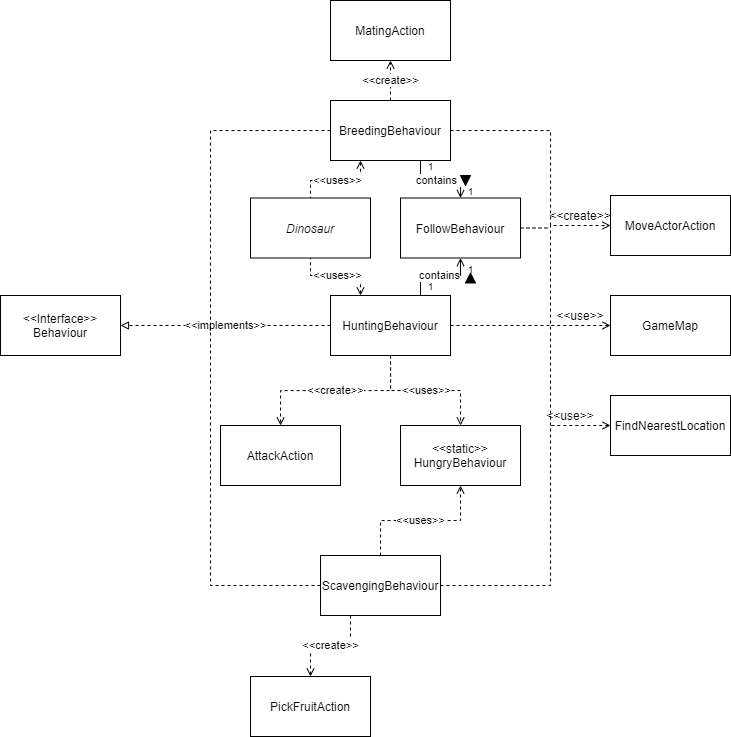
Before: docs/FIT2099_A1_UML_Behaviour.png, a diagram exported from draw.io (Nochl/Jurrasic_Park_Sim). Source tidied: cells renumbered, new cells last; positions are measured from the earlier drawing's top-left corner, leaving out a move shared by most shapes.
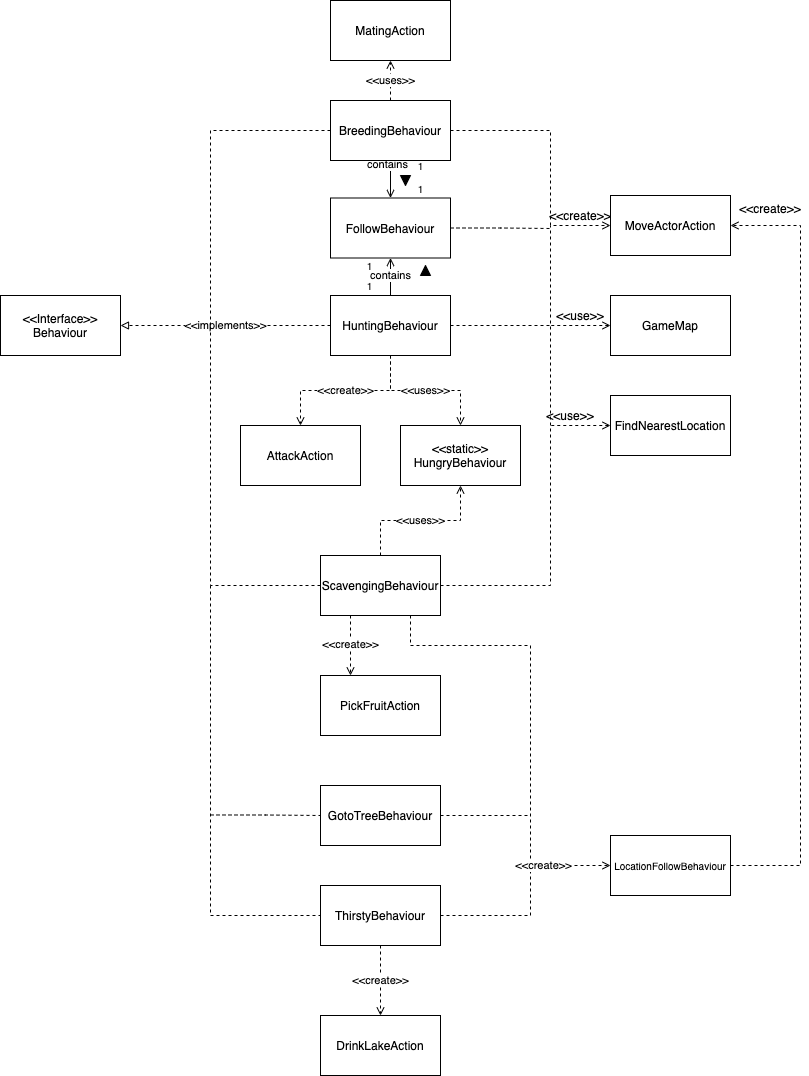
After the commit.

Commit message:
Added new classes and relationships in Behaviour UML, Created New UML for consumables

The edit, as a diff of the source:
```diff
@@ -2,19 +2,15 @@
   <root>
     <mxCell id="0" />
     <mxCell id="1" parent="0" />
-    <mxCell id="2" value="&amp;lt;&amp;lt;create&amp;gt;&amp;gt;" style="edgeStyle=orthogonalEdgeStyle;rounded=0;jettySize=auto;html=1;entryX=0.5;entryY=1;entryDx=0;entryDy=0;dashed=1;endArrow=open;endFill=0;" parent="1" edge="1" source="5" target="20">
+    <mxCell id="2" value="&amp;lt;&amp;lt;uses&amp;gt;&amp;gt;" style="edgeStyle=orthogonalEdgeStyle;rounded=0;jettySize=auto;html=1;entryX=0.5;entryY=1;entryDx=0;entryDy=0;dashed=1;endArrow=open;endFill=0;" parent="1" edge="1" source="5" target="20">
       <mxGeometry relative="1" as="geometry" />
     </mxCell>
-    <mxCell id="3" value="&amp;lt;&amp;lt;uses&amp;gt;&amp;gt;" style="edgeStyle=orthogonalEdgeStyle;rounded=0;jettySize=auto;html=1;exitX=0.25;exitY=1;exitDx=0;exitDy=0;entryX=0.5;entryY=0;entryDx=0;entryDy=0;startArrow=open;startFill=0;endArrow=none;endFill=0;dashed=1;" parent="1" edge="1" source="5" target="21">
-      <mxGeometry relative="1" as="geometry">
-        <Array as="points">
-          <mxPoint x="360" y="180" />
-          <mxPoint x="310" y="180" />
-        </Array>
-      </mxGeometry>
-    </mxCell>
     <mxCell id="4" value="contains&amp;nbsp;&amp;nbsp;&lt;span style=&quot;color: rgba(0 , 0 , 0 , 0) ; font-family: monospace ; font-size: 0px ; background-color: rgb(248 , 249 , 250)&quot;&gt;%3CmxGraphModel%3E%3Croot%3E%3CmxCell%20id%3D%220%22%2F%3E%3CmxCell%20id%3D%221%22%20parent%3D%220%22%2F%3E%3CmxCell%20id%3D%222%22%20value%3D%22%22%20style%3D%22triangle%3BwhiteSpace%3Dwrap%3Bhtml%3D1%3BfillColor%3D%23000000%3B%22%20vertex%3D%221%22%20parent%3D%221%22%3E%3CmxGeometry%20x%3D%22570%22%20y%3D%22665%22%20width%3D%2210%22%20height%3D%2210%22%20as%3D%22geometry%22%2F%3E%3C%2FmxCell%3E%3C%2Froot%3E%3C%2FmxGraphModel%3E&lt;/span&gt;" style="edgeStyle=orthogonalEdgeStyle;rounded=0;jettySize=auto;html=1;exitX=0.75;exitY=1;exitDx=0;exitDy=0;startArrow=none;startFill=0;endArrow=open;endFill=0;" parent="1" edge="1" source="5" target="35">
-      <mxGeometry relative="1" as="geometry" />
+      <mxGeometry relative="1" as="geometry">
+        <Array as="points">
+          <mxPoint x="390" y="160" />
+        </Array>
+      </mxGeometry>
     </mxCell>
     <mxCell id="5" value="BreedingBehaviour" style="whiteSpace=wrap;html=1;" parent="1" vertex="1">
       <mxGeometry x="330" y="100" width="120" height="60" as="geometry" />
@@ -22,11 +18,12 @@
     <mxCell id="6" value="&amp;lt;&amp;lt;create&amp;gt;&amp;gt;" style="edgeStyle=orthogonalEdgeStyle;rounded=0;jettySize=auto;html=1;dashed=1;endArrow=open;endFill=0;" parent="1" edge="1" source="11" target="16">
       <mxGeometry relative="1" as="geometry" />
     </mxCell>
-    <mxCell id="7" value="&amp;lt;&amp;lt;uses&amp;gt;&amp;gt;" style="edgeStyle=orthogonalEdgeStyle;rounded=0;jettySize=auto;html=1;exitX=0.25;exitY=0;exitDx=0;exitDy=0;entryX=0.5;entryY=1;entryDx=0;entryDy=0;startArrow=open;startFill=0;endArrow=none;endFill=0;dashed=1;" parent="1" edge="1" source="11" target="21">
-      <mxGeometry relative="1" as="geometry" />
-    </mxCell>
     <mxCell id="8" value="contains" style="edgeStyle=orthogonalEdgeStyle;rounded=0;jettySize=auto;html=1;exitX=0.75;exitY=0;exitDx=0;exitDy=0;entryX=0.5;entryY=1;entryDx=0;entryDy=0;startArrow=none;startFill=0;endArrow=open;endFill=0;" parent="1" edge="1" source="11" target="35">
-      <mxGeometry relative="1" as="geometry" />
+      <mxGeometry x="0.48" relative="1" as="geometry">
+        <Array as="points">
+          <mxPoint x="390" y="295" />
+        </Array>
+      </mxGeometry>
     </mxCell>
     <mxCell id="9" value="&amp;lt;&amp;lt;implements&amp;gt;&amp;gt;" style="edgeStyle=orthogonalEdgeStyle;rounded=0;jettySize=auto;html=1;exitX=0;exitY=0.5;exitDx=0;exitDy=0;entryX=1;entryY=0.5;entryDx=0;entryDy=0;dashed=1;endArrow=block;endFill=0;" parent="1" edge="1" source="11" target="15">
       <mxGeometry relative="1" as="geometry" />
@@ -37,8 +34,10 @@
     <mxCell id="11" value="HuntingBehaviour" style="whiteSpace=wrap;html=1;" parent="1" vertex="1">
       <mxGeometry x="330" y="295" width="120" height="60" as="geometry" />
     </mxCell>
-    <mxCell id="12" value="&amp;lt;&amp;lt;create&amp;gt;&amp;gt;" style="edgeStyle=orthogonalEdgeStyle;rounded=0;jettySize=auto;html=1;entryX=0.5;entryY=0;entryDx=0;entryDy=0;dashed=1;endArrow=open;endFill=0;exitX=0.25;exitY=1;exitDx=0;exitDy=0;" parent="1" edge="1" source="14" target="19">
-      <mxGeometry relative="1" as="geometry" />
+    <mxCell id="12" value="&amp;lt;&amp;lt;create&amp;gt;&amp;gt;" style="edgeStyle=orthogonalEdgeStyle;rounded=0;jettySize=auto;html=1;entryX=0.25;entryY=0;entryDx=0;entryDy=0;dashed=1;endArrow=open;endFill=0;exitX=0.25;exitY=1;exitDx=0;exitDy=0;" parent="1" edge="1" source="14" target="19">
+      <mxGeometry relative="1" as="geometry">
+        <mxPoint y="-1" as="offset" />
+      </mxGeometry>
     </mxCell>
     <mxCell id="13" value="&amp;lt;&amp;lt;uses&amp;gt;&amp;gt;" style="edgeStyle=orthogonalEdgeStyle;rounded=0;jettySize=auto;html=1;exitX=0.5;exitY=0;exitDx=0;exitDy=0;entryX=0.5;entryY=1;entryDx=0;entryDy=0;dashed=1;endArrow=open;endFill=0;" parent="1" edge="1" source="14" target="43">
       <mxGeometry relative="1" as="geometry" />
@@ -50,7 +49,7 @@
       <mxGeometry y="295" width="120" height="60" as="geometry" />
     </mxCell>
     <mxCell id="16" value="AttackAction" style="whiteSpace=wrap;html=1;" parent="1" vertex="1">
-      <mxGeometry x="220" y="425" width="120" height="60" as="geometry" />
+      <mxGeometry x="240" y="425" width="120" height="60" as="geometry" />
     </mxCell>
     <mxCell id="17" value="MoveActorAction" style="whiteSpace=wrap;html=1;" parent="1" vertex="1">
       <mxGeometry x="610" y="195" width="120" height="60" as="geometry" />
@@ -59,14 +58,11 @@
       <mxGeometry x="610" y="295" width="120" height="60" as="geometry" />
     </mxCell>
     <mxCell id="19" value="PickFruitAction" style="whiteSpace=wrap;html=1;" parent="1" vertex="1">
-      <mxGeometry x="250" y="676" width="120" height="60" as="geometry" />
+      <mxGeometry x="320" y="675" width="120" height="60" as="geometry" />
     </mxCell>
     <mxCell id="20" value="MatingAction" style="whiteSpace=wrap;html=1;" parent="1" vertex="1">
       <mxGeometry x="330" width="120" height="60" as="geometry" />
     </mxCell>
-    <mxCell id="21" value="&lt;i&gt;Dinosaur&lt;/i&gt;" style="whiteSpace=wrap;html=1;" parent="1" vertex="1">
-      <mxGeometry x="250" y="197.5" width="120" height="60" as="geometry" />
-    </mxCell>
     <mxCell id="22" value="FindNearestLocation" style="whiteSpace=wrap;html=1;" parent="1" vertex="1">
       <mxGeometry x="610" y="395" width="120" height="60" as="geometry" />
     </mxCell>
@@ -129,31 +125,94 @@
       </mxGeometry>
     </mxCell>
     <mxCell id="35" value="FollowBehaviour" style="whiteSpace=wrap;html=1;" parent="1" vertex="1">
-      <mxGeometry x="400" y="197.5" width="120" height="60" as="geometry" />
+      <mxGeometry x="330" y="197.5" width="120" height="60" as="geometry" />
     </mxCell>
     <mxCell id="36" value="&amp;lt;&amp;lt;use&amp;gt;&amp;gt;" style="text;html=1;strokeColor=none;fillColor=none;align=center;verticalAlign=middle;whiteSpace=wrap;rounded=0;" parent="1" vertex="1">
       <mxGeometry x="560" y="305" width="40" height="20" as="geometry" />
     </mxCell>
     <mxCell id="37" value="&lt;font style=&quot;font-size: 10px&quot;&gt;1&lt;/font&gt;" style="text;html=1;align=center;verticalAlign=middle;strokeColor=none;" parent="1" vertex="1">
-      <mxGeometry x="420" y="275" width="20" height="20" as="geometry" />
+      <mxGeometry x="359" y="275" width="20" height="20" as="geometry" />
     </mxCell>
     <mxCell id="38" value="&lt;font style=&quot;font-size: 10px&quot;&gt;1&lt;/font&gt;" style="text;html=1;align=center;verticalAlign=middle;strokeColor=none;" parent="1" vertex="1">
-      <mxGeometry x="460" y="257.5" width="20" height="20" as="geometry" />
+      <mxGeometry x="359" y="255" width="20" height="20" as="geometry" />
     </mxCell>
     <mxCell id="39" value="&lt;font style=&quot;font-size: 10px&quot;&gt;1&lt;/font&gt;" style="text;html=1;align=center;verticalAlign=middle;strokeColor=none;" parent="1" vertex="1">
-      <mxGeometry x="420" y="155" width="20" height="20" as="geometry" />
+      <mxGeometry x="410" y="155" width="20" height="20" as="geometry" />
     </mxCell>
     <mxCell id="40" value="&lt;font style=&quot;font-size: 10px&quot;&gt;1&lt;/font&gt;" style="text;html=1;align=center;verticalAlign=middle;strokeColor=none;" parent="1" vertex="1">
-      <mxGeometry x="460" y="180" width="20" height="20" as="geometry" />
+      <mxGeometry x="410" y="177.5" width="20" height="20" as="geometry" />
     </mxCell>
     <mxCell id="41" style="triangle;whiteSpace=wrap;html=1;fillColor=#000000;direction=south;" parent="1" vertex="1">
-      <mxGeometry x="460" y="175" width="10" height="10" as="geometry" />
+      <mxGeometry x="400" y="175" width="10" height="10" as="geometry" />
     </mxCell>
     <mxCell id="42" style="triangle;whiteSpace=wrap;html=1;fillColor=#000000;direction=north;" parent="1" vertex="1">
-      <mxGeometry x="465" y="272.5" width="10" height="10" as="geometry" />
+      <mxGeometry x="420" y="265" width="10" height="10" as="geometry" />
     </mxCell>
     <mxCell id="43" value="&amp;lt;&amp;lt;static&amp;gt;&amp;gt;&lt;br&gt;HungryBehaviour" style="whiteSpace=wrap;html=1;" parent="1" vertex="1">
       <mxGeometry x="400" y="425" width="120" height="60" as="geometry" />
     </mxCell>
+    <mxCell id="44" style="edgeStyle=orthogonalEdgeStyle;rounded=0;jettySize=auto;html=1;dashed=1;endArrow=none;endFill=0;" parent="1" edge="1" source="45">
+      <mxGeometry relative="1" as="geometry">
+        <mxPoint x="530" y="865" as="targetPoint" />
+        <Array as="points">
+          <mxPoint x="530" y="915" />
+          <mxPoint x="530" y="865" />
+        </Array>
+      </mxGeometry>
+    </mxCell>
+    <mxCell id="45" value="ThirstyBehaviour" style="whiteSpace=wrap;html=1;" parent="1" vertex="1">
+      <mxGeometry x="320" y="885" width="120" height="60" as="geometry" />
+    </mxCell>
+    <mxCell id="46" style="edgeStyle=orthogonalEdgeStyle;rounded=0;jettySize=auto;html=1;entryX=1;entryY=0.5;entryDx=0;entryDy=0;dashed=1;endArrow=open;endFill=0;" parent="1" edge="1" source="47" target="17">
+      <mxGeometry relative="1" as="geometry">
+        <Array as="points">
+          <mxPoint x="800" y="865" />
+          <mxPoint x="800" y="225" />
+        </Array>
+      </mxGeometry>
+    </mxCell>
+    <mxCell id="47" value="&lt;font style=&quot;font-size: 10px&quot;&gt;LocationFollowBehaviour&lt;/font&gt;" style="whiteSpace=wrap;html=1;" parent="1" vertex="1">
+      <mxGeometry x="610" y="835" width="120" height="60" as="geometry" />
+    </mxCell>
+    <mxCell id="48" style="edgeStyle=orthogonalEdgeStyle;rounded=0;jettySize=auto;html=1;endArrow=none;endFill=0;dashed=1;" parent="1" edge="1" source="49">
+      <mxGeometry relative="1" as="geometry">
+        <mxPoint x="530" y="815" as="targetPoint" />
+      </mxGeometry>
+    </mxCell>
+    <mxCell id="49" value="&lt;font style=&quot;font-size: 12px&quot;&gt;GotoTreeBehaviour&lt;/font&gt;" style="whiteSpace=wrap;html=1;" parent="1" vertex="1">
+      <mxGeometry x="320" y="785" width="120" height="60" as="geometry" />
+    </mxCell>
+    <mxCell id="50" value="&amp;lt;&amp;lt;create&amp;gt;&amp;gt;" style="edgeStyle=orthogonalEdgeStyle;rounded=0;jettySize=auto;html=1;entryX=0;entryY=0.5;entryDx=0;entryDy=0;dashed=1;endArrow=open;endFill=0;exitX=0.5;exitY=1;exitDx=0;exitDy=0;" parent="1" edge="1" source="14" target="47">
+      <mxGeometry x="0.72" relative="1" as="geometry">
+        <Array as="points">
+          <mxPoint x="410" y="615" />
+          <mxPoint x="410" y="645" />
+          <mxPoint x="530" y="645" />
+          <mxPoint x="530" y="865" />
+        </Array>
+      </mxGeometry>
+    </mxCell>
+    <mxCell id="51" value="&amp;lt;&amp;lt;create&amp;gt;&amp;gt;" style="text;html=1;strokeColor=none;fillColor=none;align=center;verticalAlign=middle;whiteSpace=wrap;rounded=0;" parent="1" vertex="1">
+      <mxGeometry x="750" y="197.5" width="40" height="20" as="geometry" />
+    </mxCell>
+    <mxCell id="52" style="edgeStyle=orthogonalEdgeStyle;rounded=0;jettySize=auto;html=1;dashed=1;endArrow=none;endFill=0;entryX=0;entryY=0.5;entryDx=0;entryDy=0;" parent="1" edge="1" target="45">
+      <mxGeometry x="0.72" relative="1" as="geometry">
+        <mxPoint x="210" y="585" as="sourcePoint" />
+        <Array as="points">
+          <mxPoint x="210" y="915" />
+        </Array>
+      </mxGeometry>
+    </mxCell>
+    <mxCell id="53" style="edgeStyle=orthogonalEdgeStyle;rounded=0;jettySize=auto;html=1;exitX=1;exitY=0.5;exitDx=0;exitDy=0;dashed=1;startArrow=none;startFill=0;endArrow=none;endFill=0;entryX=0;entryY=0.5;entryDx=0;entryDy=0;" parent="1" edge="1" target="49">
+      <mxGeometry relative="1" as="geometry">
+        <mxPoint x="210" y="814.5" as="sourcePoint" />
+      </mxGeometry>
+    </mxCell>
+    <mxCell id="54" value="DrinkLakeAction" style="rounded=0;whiteSpace=wrap;html=1;" parent="1" vertex="1">
+      <mxGeometry x="320" y="1015" width="120" height="60" as="geometry" />
+    </mxCell>
+    <mxCell id="55" value="&amp;lt;&amp;lt;create&amp;gt;&amp;gt;" style="edgeStyle=orthogonalEdgeStyle;rounded=0;jettySize=auto;html=1;dashed=1;endArrow=open;endFill=0;exitX=0.5;exitY=1;exitDx=0;exitDy=0;entryX=0.5;entryY=0;entryDx=0;entryDy=0;" parent="1" edge="1" source="45" target="54">
+      <mxGeometry relative="1" as="geometry" />
+    </mxCell>
   </root>
 </mxGraphModel>
```
